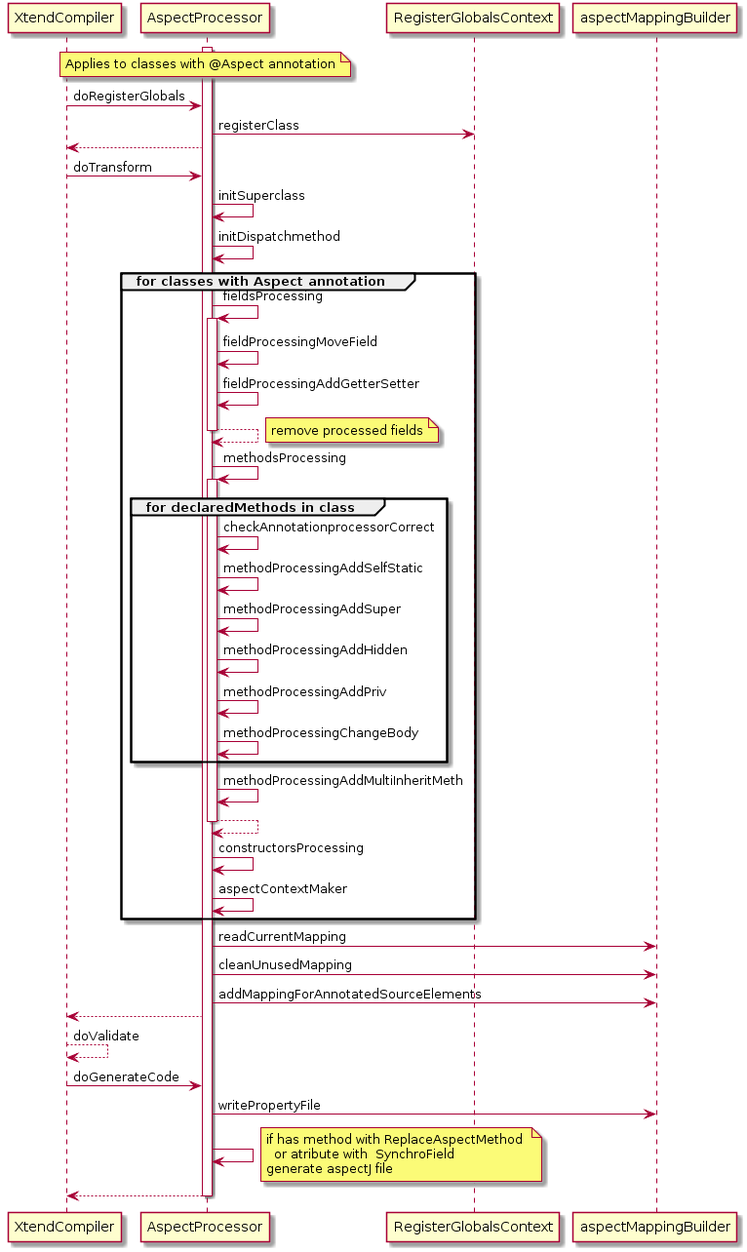
The PlantUML diagram k3.eclipse/fr.inria.diverse.k3.al.annotationprocessor.plugin/src/fr/inria/diverse/k3/al/annotationprocessor/doc-files/AspectProcessor_SD.png in diverse-project/k3, before a commit.
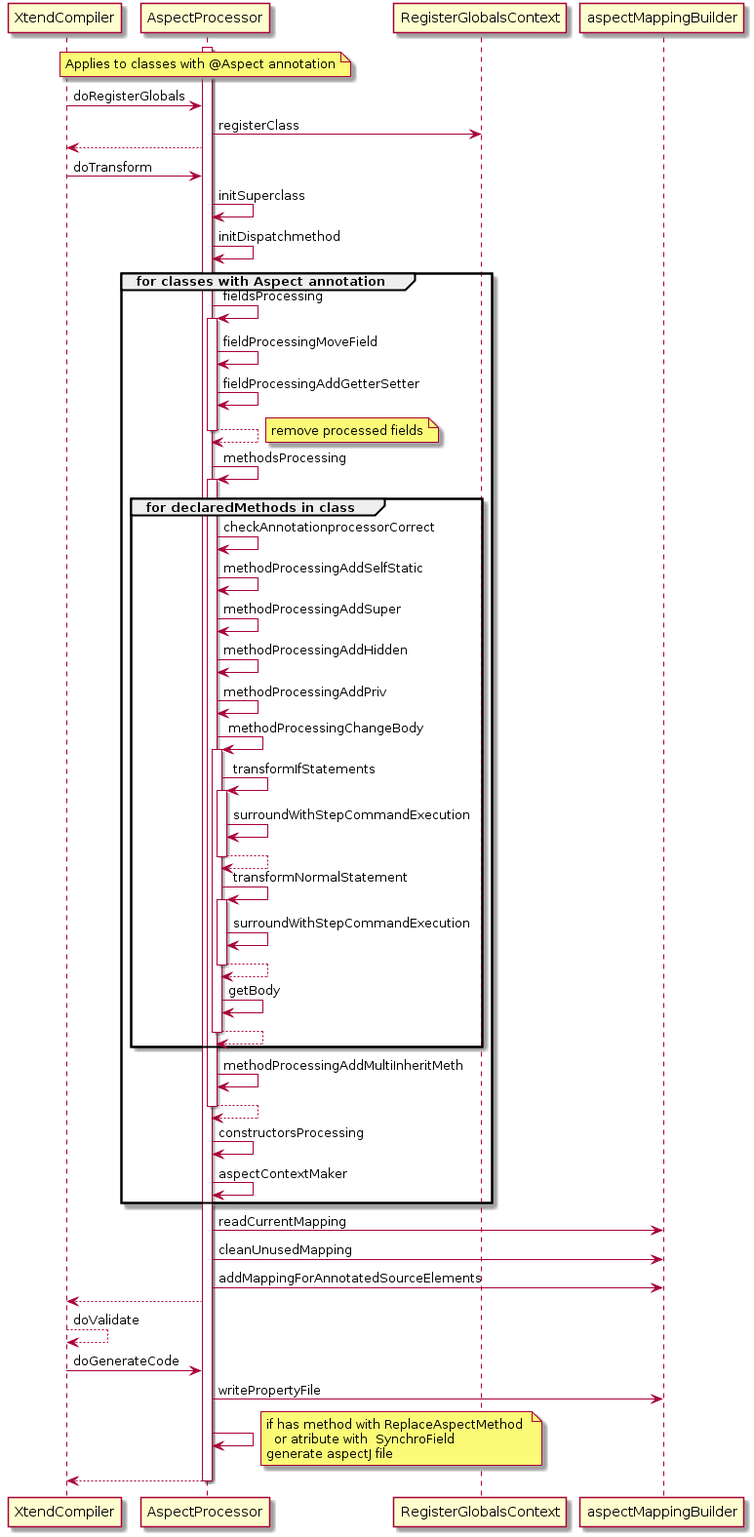
After the commit.

What changed in the source:
```diff
@@ -37,6 +37,20 @@
 			Processor -> Processor: methodProcessingAddHidden
 			Processor -> Processor: methodProcessingAddPriv
 			Processor -> Processor: methodProcessingChangeBody
+			activate Processor
+				Processor -> Processor: transformIfStatements
+				activate Processor
+					Processor -> Processor: surroundWithStepCommandExecution
+					Processor --> Processor
+				deactivate Processor
+				Processor -> Processor: transformNormalStatement
+				activate Processor
+					Processor -> Processor: surroundWithStepCommandExecution
+					Processor --> Processor
+				deactivate Processor
+				Processor -> Processor: getBody
+				Processor --> Processor
+			deactivate Processor
 		end
 		Processor -> Processor: methodProcessingAddMultiInheritMeth
 		Processor --> Processor
```
